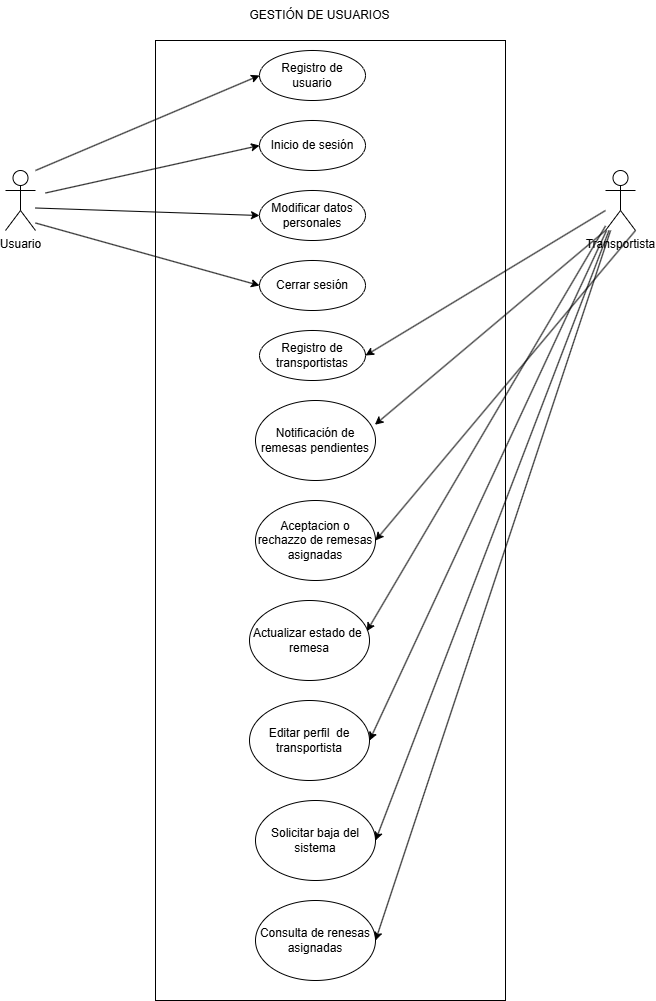
Above: Memoria/imagenes/Analisis/gestionUsuarios.png in Juanjomrtz19/Trabajo-de-fin-de-grado-BlockTrack (draw.io), before the change. Source tidied: cells renumbered, new cells last; positions are measured from the earlier drawing's top-left corner, leaving out a move shared by most shapes.
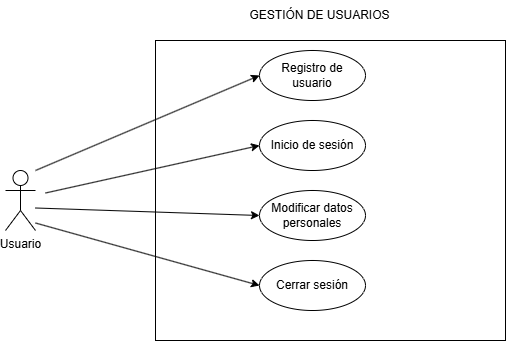
After the commit.

Diff of the diagram source:
```diff
@@ -3,7 +3,7 @@
     <mxCell id="0" />
     <mxCell id="1" parent="0" />
     <mxCell id="2" style="rounded=0;whiteSpace=wrap;html=1;" parent="1" vertex="1">
-      <mxGeometry x="150" y="40" width="350" height="960" as="geometry" />
+      <mxGeometry x="150" y="40" width="350" height="300" as="geometry" />
     </mxCell>
     <mxCell id="3" value="GESTIÓN DE USUARIOS" style="text;html=1;align=center;verticalAlign=middle;strokeColor=none;fillColor=none;" parent="1" vertex="1">
       <mxGeometry x="234" width="160" height="30" as="geometry" />
@@ -20,15 +20,9 @@
     <mxCell id="7" value="Cerrar sesión&lt;span style=&quot;color: rgba(0, 0, 0, 0); font-family: monospace; font-size: 0px; text-align: start; text-wrap-mode: nowrap;&quot;&gt;%3CmxGraphModel%3E%3Croot%3E%3CmxCell%20id%3D%220%22%2F%3E%3CmxCell%20id%3D%221%22%20parent%3D%220%22%2F%3E%3CmxCell%20id%3D%222%22%20value%3D%22Modificar%20datos%20personales%22%20style%3D%22ellipse%3BwhiteSpace%3Dwrap%3Bhtml%3D1%3B%22%20vertex%3D%221%22%20parent%3D%221%22%3E%3CmxGeometry%20x%3D%22354%22%20y%3D%22230%22%20width%3D%22106%22%20height%3D%2250%22%20as%3D%22geometry%22%2F%3E%3C%2FmxCell%3E%3C%2Froot%3E%3C%2FmxGraphModel%3E&lt;/span&gt;" style="ellipse;whiteSpace=wrap;html=1;" parent="1" vertex="1">
       <mxGeometry x="254" y="260" width="106" height="50" as="geometry" />
     </mxCell>
-    <mxCell id="8" value="Registro de transportistas" style="ellipse;whiteSpace=wrap;html=1;" parent="1" vertex="1">
-      <mxGeometry x="254" y="330" width="106" height="50" as="geometry" />
-    </mxCell>
     <mxCell id="9" value="Usuario" style="shape=umlActor;verticalLabelPosition=bottom;verticalAlign=top;html=1;" parent="1" vertex="1">
       <mxGeometry y="170" width="30" height="60" as="geometry" />
     </mxCell>
-    <mxCell id="10" value="Transportista" style="shape=umlActor;verticalLabelPosition=bottom;verticalAlign=top;html=1;outlineConnect=0;" parent="1" vertex="1">
-      <mxGeometry x="600" y="170" width="30" height="60" as="geometry" />
-    </mxCell>
     <mxCell id="11" style="endArrow=classic;html=1;rounded=0;entryX=0;entryY=0.5;entryDx=0;entryDy=0;" parent="1" edge="1" target="4">
       <mxGeometry relative="1" as="geometry">
         <mxPoint x="30" y="170" as="sourcePoint" />
@@ -49,46 +43,8 @@
         <mxPoint x="30" y="222.5" as="sourcePoint" />
       </mxGeometry>
     </mxCell>
-    <mxCell id="15" style="endArrow=classic;html=1;rounded=0;entryX=1;entryY=0.5;entryDx=0;entryDy=0;" parent="1" edge="1" target="8">
-      <mxGeometry relative="1" as="geometry">
-        <mxPoint x="600" y="210" as="sourcePoint" />
-      </mxGeometry>
-    </mxCell>
-    <mxCell id="16" value="Notificación de remesas pendientes" style="ellipse;whiteSpace=wrap;html=1;" parent="1" vertex="1">
-      <mxGeometry x="250" y="400" width="120" height="80" as="geometry" />
-    </mxCell>
-    <mxCell id="17" value="Aceptacion o rechazzo de remesas asignadas" style="ellipse;whiteSpace=wrap;html=1;" parent="1" vertex="1">
-      <mxGeometry x="250" y="500" width="120" height="80" as="geometry" />
-    </mxCell>
-    <mxCell id="18" value="Actualizar estado de&amp;nbsp; remesa" style="ellipse;whiteSpace=wrap;html=1;" parent="1" vertex="1">
-      <mxGeometry x="244" y="600" width="120" height="80" as="geometry" />
-    </mxCell>
-    <mxCell id="19" value="Editar perfil&amp;nbsp; de transportista" style="ellipse;whiteSpace=wrap;html=1;" parent="1" vertex="1">
-      <mxGeometry x="244" y="700" width="120" height="80" as="geometry" />
-    </mxCell>
-    <mxCell id="20" value="Solicitar baja del sistema" style="ellipse;whiteSpace=wrap;html=1;" parent="1" vertex="1">
-      <mxGeometry x="250" y="800" width="120" height="80" as="geometry" />
-    </mxCell>
-    <mxCell id="21" value="Consulta de renesas asignadas" style="ellipse;whiteSpace=wrap;html=1;" parent="1" vertex="1">
-      <mxGeometry x="250" y="900" width="120" height="80" as="geometry" />
-    </mxCell>
-    <mxCell id="22" style="endArrow=classic;html=1;rounded=0;entryX=0.995;entryY=0.303;entryDx=0;entryDy=0;entryPerimeter=0;exitX=0;exitY=1;exitDx=0;exitDy=0;exitPerimeter=0;" parent="1" edge="1" source="10" target="16">
-      <mxGeometry relative="1" as="geometry" />
-    </mxCell>
-    <mxCell id="23" style="endArrow=classic;html=1;rounded=0;entryX=1;entryY=0.5;entryDx=0;entryDy=0;exitX=1;exitY=1;exitDx=0;exitDy=0;exitPerimeter=0;" parent="1" edge="1" source="10" target="17">
-      <mxGeometry relative="1" as="geometry" />
-    </mxCell>
-    <mxCell id="24" style="endArrow=classic;html=1;rounded=0;entryX=0.978;entryY=0.383;entryDx=0;entryDy=0;entryPerimeter=0;" parent="1" edge="1" source="10" target="18">
-      <mxGeometry relative="1" as="geometry" />
-    </mxCell>
-    <mxCell id="25" style="endArrow=classic;html=1;rounded=0;entryX=1;entryY=0.5;entryDx=0;entryDy=0;" parent="1" edge="1" source="10" target="19">
-      <mxGeometry relative="1" as="geometry" />
-    </mxCell>
-    <mxCell id="26" style="endArrow=classic;html=1;rounded=0;entryX=1;entryY=0.5;entryDx=0;entryDy=0;" parent="1" edge="1" source="10" target="20">
-      <mxGeometry relative="1" as="geometry" />
-    </mxCell>
-    <mxCell id="27" style="endArrow=classic;html=1;rounded=0;entryX=1;entryY=0.5;entryDx=0;entryDy=0;" parent="1" edge="1" source="10" target="21">
-      <mxGeometry relative="1" as="geometry" />
-    </mxCell>
+    <mxCell id="28" style="edgeStyle=orthogonalEdgeStyle;rounded=0;orthogonalLoop=1;jettySize=auto;html=1;exitX=0.5;exitY=1;exitDx=0;exitDy=0;" parent="1" edge="1" source="2" target="2">
+      <mxGeometry relative="1" as="geometry" />
+    </mxCell>
   </root>
 </mxGraphModel>
```
